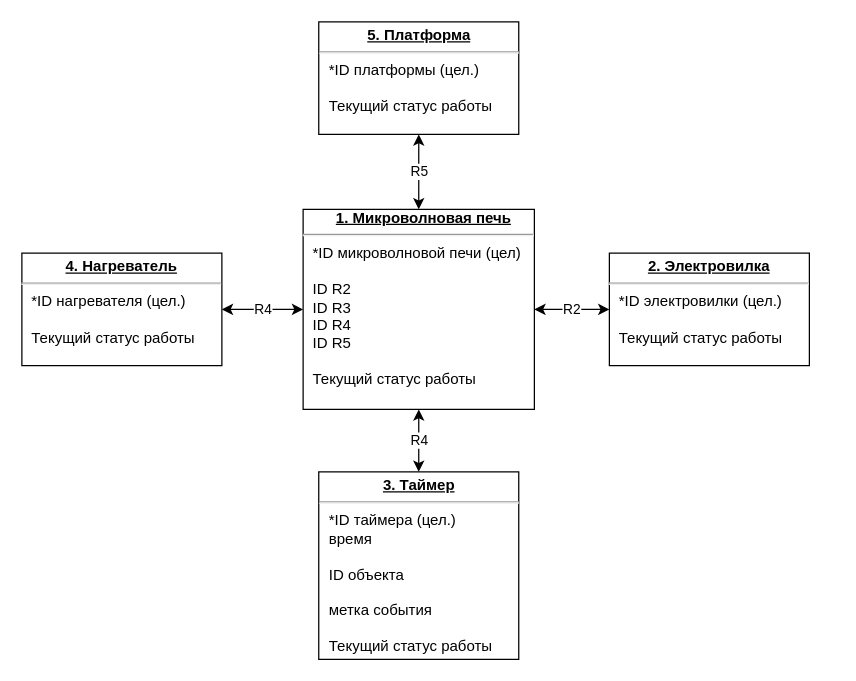
Above: page "Информационная модель" (1 of 6) of eduSem_4/objectOrientedProgramming/LR_5/AndreevAA_LR5_UML.drawio in AndreevAA/BMSTU (draw.io), before the change. Source tidied: cells renumbered, new cells numbered last; positions are measured from the earlier drawing's top-left corner, leaving out a move shared by most shapes. Both pictures are drawn from the tidied source at 125%, with x=0, y=0 at pixel (21, 21).
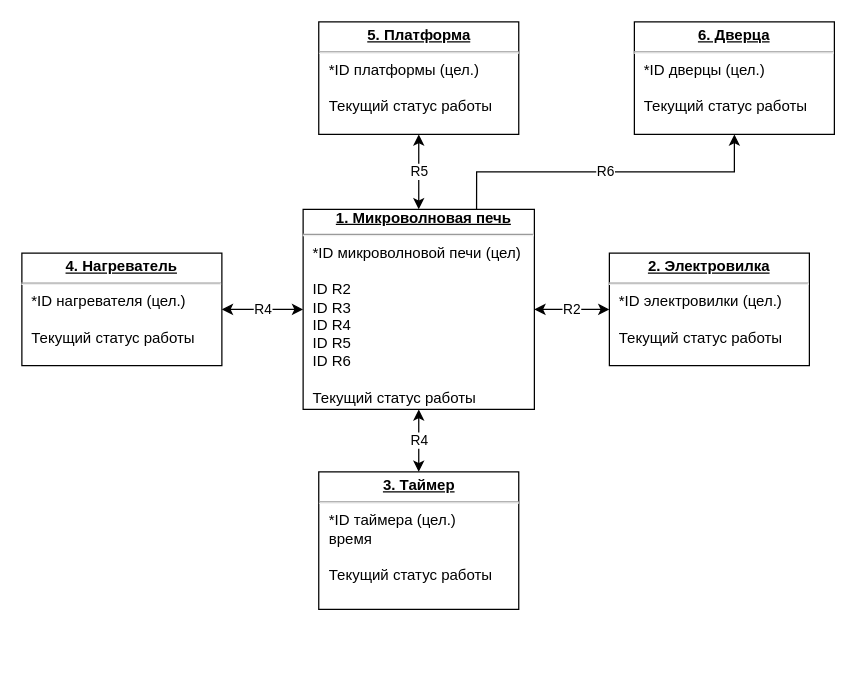
Above is the later version.

Diff of the diagram source:
```diff
@@
 <mxGraphModel>
   <root>
     <mxCell id="0" />
     <mxCell id="1" parent="0" />
+    <mxCell id="11" value="R6" style="edgeStyle=orthogonalEdgeStyle;rounded=0;jettySize=auto;html=1;exitX=0.75;exitY=0;exitDx=0;exitDy=0;entryX=0.5;entryY=1;entryDx=0;entryDy=0;" parent="1" edge="1" source="2" target="12">
+      <mxGeometry relative="1" as="geometry" />
+    </mxCell>
-    <mxCell id="2" value="&lt;b&gt;&amp;nbsp;&amp;nbsp;&amp;nbsp;&amp;nbsp; &amp;nbsp;&amp;nbsp; &lt;/b&gt;&lt;u&gt;&lt;b&gt;1. Микроволновая печь&lt;/b&gt;&lt;/u&gt;&lt;br&gt;&lt;hr&gt;&lt;p style=&quot;margin: 0px ; margin-left: 8px&quot;&gt;*ID микроволновой печи (цел)&lt;/p&gt;&lt;p style=&quot;margin: 0px ; margin-left: 8px&quot;&gt;&lt;br&gt;ID R2&lt;br&gt;ID R3&lt;br&gt;ID R4&lt;br&gt;ID R5&lt;br&gt;&lt;br&gt;&lt;/p&gt;&lt;p style=&quot;margin: 0px ; margin-left: 8px&quot;&gt;Текущий статус работы&lt;br&gt;&lt;/p&gt;" style="verticalAlign=top;align=left;overflow=fill;fontSize=12;fontFamily=Helvetica;html=1;" parent="1" vertex="1">
+    <mxCell id="2" value="&lt;b&gt;&amp;nbsp;&amp;nbsp;&amp;nbsp;&amp;nbsp; &amp;nbsp;&amp;nbsp; &lt;/b&gt;&lt;u&gt;&lt;b&gt;1. Микроволновая печь&lt;/b&gt;&lt;/u&gt;&lt;br&gt;&lt;hr&gt;&lt;p style=&quot;margin: 0px ; margin-left: 8px&quot;&gt;*ID микроволновой печи (цел)&lt;/p&gt;&lt;p style=&quot;margin: 0px ; margin-left: 8px&quot;&gt;&lt;br&gt;ID R2&lt;br&gt;ID R3&lt;br&gt;ID R4&lt;br&gt;ID R5&lt;br&gt;ID R6&lt;br&gt;&lt;br&gt;&lt;/p&gt;&lt;p style=&quot;margin: 0px ; margin-left: 8px&quot;&gt;Текущий статус работы&lt;br&gt;&lt;/p&gt;" style="verticalAlign=top;align=left;overflow=fill;fontSize=12;fontFamily=Helvetica;html=1;" parent="1" vertex="1">
       <mxGeometry x="225" y="150" width="185" height="160" as="geometry" />
     </mxCell>
-    <mxCell id="3" value="&lt;p style=&quot;margin: 0px ; margin-top: 4px ; text-align: center ; text-decoration: underline&quot;&gt;&lt;b&gt;3. Таймер&lt;/b&gt;&lt;br&gt;&lt;/p&gt;&lt;hr&gt;&lt;p style=&quot;margin: 0px ; margin-left: 8px&quot;&gt;*ID таймера (цел.)&lt;br&gt;время&lt;/p&gt;&lt;p style=&quot;margin: 0px ; margin-left: 8px&quot;&gt;&lt;br&gt;&lt;/p&gt;&lt;p style=&quot;margin: 0px ; margin-left: 8px&quot;&gt;ID объекта&lt;br&gt;&lt;/p&gt;&lt;p style=&quot;margin: 0px ; margin-left: 8px&quot;&gt;&amp;nbsp; &lt;br&gt;метка события&lt;br&gt;&lt;br&gt;Текущий статус работы&lt;br&gt;&lt;/p&gt;" style="verticalAlign=top;align=left;overflow=fill;fontSize=12;fontFamily=Helvetica;html=1;" parent="1" vertex="1">
-      <mxGeometry x="237.5" y="360" width="160" height="150" as="geometry" />
+    <mxCell id="3" value="&lt;p style=&quot;margin: 0px ; margin-top: 4px ; text-align: center ; text-decoration: underline&quot;&gt;&lt;b&gt;3. Таймер&lt;/b&gt;&lt;br&gt;&lt;/p&gt;&lt;hr&gt;&lt;p style=&quot;margin: 0px ; margin-left: 8px&quot;&gt;*ID таймера (цел.)&lt;br&gt;время&lt;/p&gt;&lt;p style=&quot;margin: 0px ; margin-left: 8px&quot;&gt;&lt;br&gt;Текущий статус работы&lt;br&gt;&lt;/p&gt;" style="verticalAlign=top;align=left;overflow=fill;fontSize=12;fontFamily=Helvetica;html=1;" parent="1" vertex="1">
+      <mxGeometry x="237.5" y="360" width="160" height="110" as="geometry" />
     </mxCell>
     <mxCell id="4" value="&lt;p style=&quot;margin: 0px ; margin-top: 4px ; text-align: center ; text-decoration: underline&quot;&gt;&lt;b&gt;2. Электровилка&lt;/b&gt;&lt;br&gt;&lt;/p&gt;&lt;hr&gt;&lt;p style=&quot;margin: 0px ; margin-left: 8px&quot;&gt;*ID электровилки (цел.)&lt;br&gt;&lt;br&gt;Текущий статус работы&lt;br&gt;&lt;/p&gt;" style="verticalAlign=top;align=left;overflow=fill;fontSize=12;fontFamily=Helvetica;html=1;" parent="1" vertex="1">
       <mxGeometry x="470" y="185" width="160" height="90" as="geometry" />
     </mxCell>
     <mxCell id="5" value="&lt;p style=&quot;margin: 0px ; margin-top: 4px ; text-align: center ; text-decoration: underline&quot;&gt;&lt;b&gt;5. Платформа&lt;/b&gt;&lt;br&gt;&lt;/p&gt;&lt;hr&gt;&lt;p style=&quot;margin: 0px ; margin-left: 8px&quot;&gt;*ID платформы (цел.)&lt;br&gt;&lt;br&gt;Текущий статус работы&lt;br&gt;&lt;/p&gt;" style="verticalAlign=top;align=left;overflow=fill;fontSize=12;fontFamily=Helvetica;html=1;" parent="1" vertex="1">
       <mxGeometry x="237.5" width="160" height="90" as="geometry" />
     </mxCell>
     <mxCell id="6" value="&lt;p style=&quot;margin: 0px ; margin-top: 4px ; text-align: center ; text-decoration: underline&quot;&gt;&lt;b&gt;4. Нагреватель&lt;/b&gt;&lt;br&gt;&lt;/p&gt;&lt;hr&gt;&lt;p style=&quot;margin: 0px ; margin-left: 8px&quot;&gt;*ID нагревателя (цел.)&lt;br&gt;&lt;br&gt;Текущий статус работы&lt;br&gt;&lt;/p&gt;" style="verticalAlign=top;align=left;overflow=fill;fontSize=12;fontFamily=Helvetica;html=1;" parent="1" vertex="1">
       <mxGeometry y="185" width="160" height="90" as="geometry" />
     </mxCell>
     <mxCell id="7" value="R4" style="endArrow=classic;startArrow=classic;html=1;exitX=1;exitY=0.5;exitDx=0;exitDy=0;entryX=0;entryY=0.5;entryDx=0;entryDy=0;" parent="1" edge="1" source="6" target="2">
       <mxGeometry relative="1" as="geometry" />
     </mxCell>
     <mxCell id="8" value="R2" style="endArrow=classic;startArrow=classic;html=1;exitX=1;exitY=0.5;exitDx=0;exitDy=0;entryX=0;entryY=0.5;entryDx=0;entryDy=0;" parent="1" edge="1" source="2" target="4">
       <mxGeometry relative="1" as="geometry" />
     </mxCell>
     <mxCell id="9" value="R5" style="endArrow=classic;startArrow=classic;html=1;exitX=0.5;exitY=0;exitDx=0;exitDy=0;entryX=0.5;entryY=1;entryDx=0;entryDy=0;" parent="1" edge="1" source="2" target="5">
       <mxGeometry relative="1" as="geometry" />
     </mxCell>
     <mxCell id="10" value="R4" style="endArrow=classic;startArrow=classic;html=1;exitX=0.5;exitY=0;exitDx=0;exitDy=0;entryX=0.5;entryY=1;entryDx=0;entryDy=0;" parent="1" edge="1" source="3" target="2">
       <mxGeometry relative="1" as="geometry" />
     </mxCell>
+    <mxCell id="12" value="&lt;p style=&quot;margin: 0px ; margin-top: 4px ; text-align: center ; text-decoration: underline&quot;&gt;&lt;b&gt;6. Дверца&lt;/b&gt;&lt;br&gt;&lt;/p&gt;&lt;hr&gt;&lt;p style=&quot;margin: 0px ; margin-left: 8px&quot;&gt;*ID дверцы (цел.)&lt;br&gt;&lt;br&gt;Текущий статус работы&lt;br&gt;&lt;/p&gt;" style="verticalAlign=top;align=left;overflow=fill;fontSize=12;fontFamily=Helvetica;html=1;" parent="1" vertex="1">
+      <mxGeometry x="490" width="160" height="90" as="geometry" />
+    </mxCell>
   </root>
 </mxGraphModel>
```
